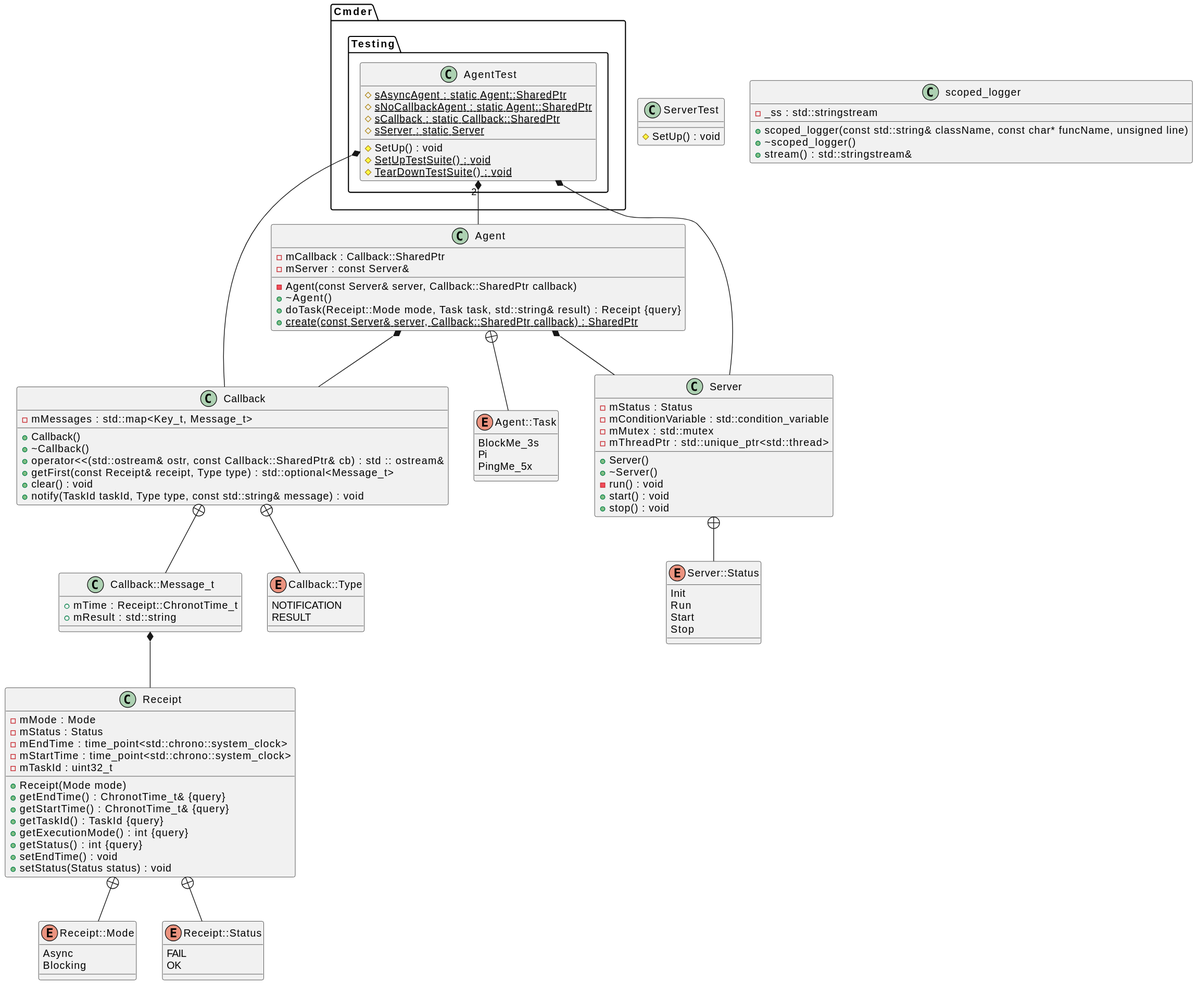
The PlantUML diagram diagrams/classdiagram.svg in h6wk/Cmder, before a commit.
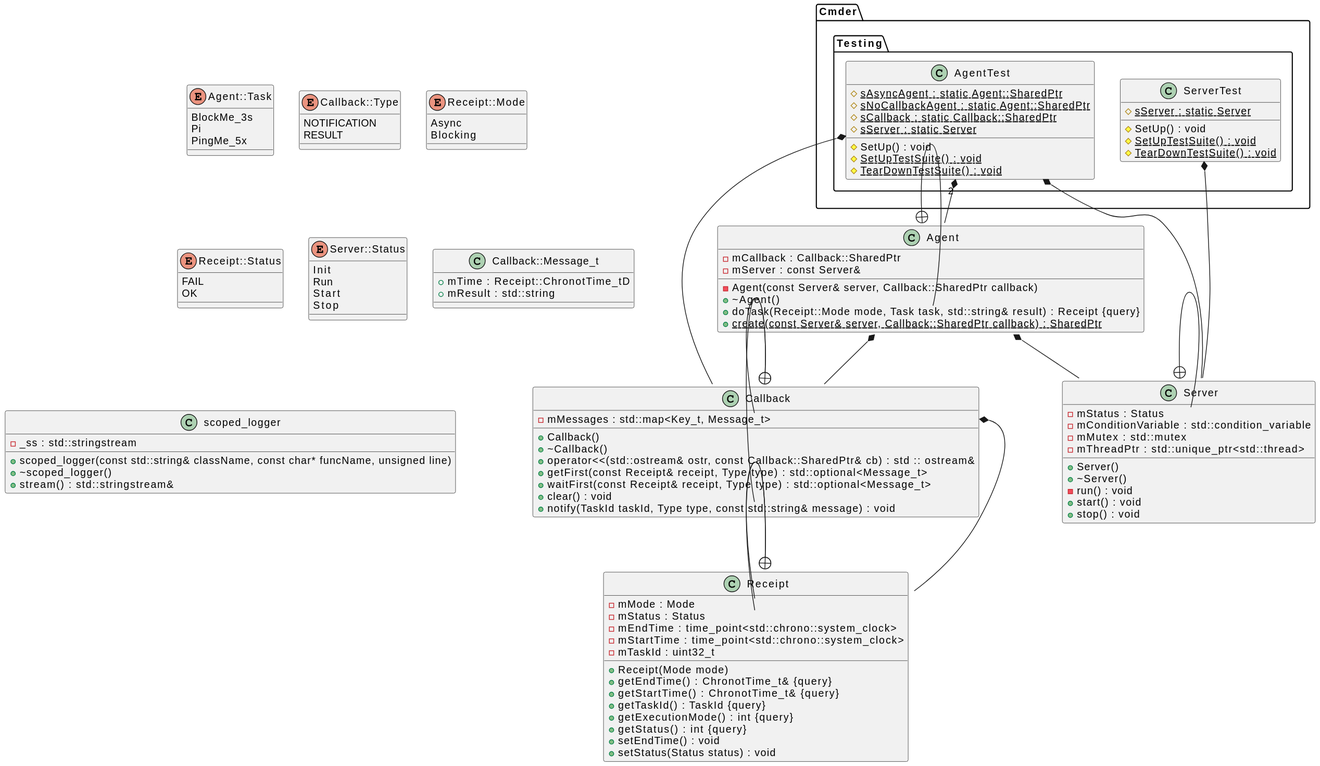
After the change.

Commit message:
Class diagram svg update

The edit, as a diff of the source:
```diff
@@ -1,125 +1,123 @@
 @startuml
 
-
-
-
-
-
 class Agent {
-    -Agent(const Server& server, Callback::SharedPtr callback)
-    +~Agent()
-    -mCallback : Callback::SharedPtr
-    +doTask(Receipt::Mode mode, Task task, std::string& result) : Receipt {query}
-    +{static} create(const Server& server, Callback::SharedPtr callback) : SharedPtr
-    -mServer : const Server&
+	-Agent(const Server& server, Callback::SharedPtr callback)
+	+~Agent()
+	-mCallback : Callback::SharedPtr
+	+doTask(Receipt::Mode mode, Task task, std::string& result) : Receipt {query}
+	+{static} create(const Server& server, Callback::SharedPtr callback) : SharedPtr
+	-mServer : const Server&
 }
 
 
 class Callback {
-    +Callback()
-    +~Callback()
-    +operator<<(std::ostream& ostr, const Callback::SharedPtr& cb) : std :: ostream&
-    -mMessages : std::map<Key_t, Message_t>
-    +getFirst(const Receipt& receipt, Type type) : std::optional<Message_t>
-    +clear() : void
-    +notify(TaskId taskId, Type type, const std::string& message) : void
+	+Callback()
+	+~Callback()
+	+operator<<(std::ostream& ostr, const Callback::SharedPtr& cb) : std :: ostream&
+	-mMessages : std::map<Key_t, Message_t>
+	+getFirst(const Receipt& receipt, Type type) : std::optional<Message_t>
+	+waitFirst(const Receipt& receipt, Type type) : std::optional<Message_t>
+	+clear() : void
+	+notify(TaskId taskId, Type type, const std::string& message) : void
 }
 
 
 class Receipt {
-    +Receipt(Mode mode)
-    +getEndTime() : ChronotTime_t& {query}
-    +getStartTime() : ChronotTime_t& {query}
-    -mMode : Mode
-    -mStatus : Status
-    +getTaskId() : TaskId {query}
-    +getExecutionMode() : int {query}
-    +getStatus() : int {query}
-    -mEndTime : time_point<std::chrono::system_clock>
-    -mStartTime : time_point<std::chrono::system_clock>
-    -mTaskId : uint32_t
-    +setEndTime() : void
-    +setStatus(Status status) : void
+	+Receipt(Mode mode)
+	+getEndTime() : ChronotTime_t& {query}
+	+getStartTime() : ChronotTime_t& {query}
+	-mMode : Mode
+	-mStatus : Status
+	+getTaskId() : TaskId {query}
+	+getExecutionMode() : int {query}
+	+getStatus() : int {query}
+	-mEndTime : time_point<std::chrono::system_clock>
+	-mStartTime : time_point<std::chrono::system_clock>
+	-mTaskId : uint32_t
+	+setEndTime() : void
+	+setStatus(Status status) : void
 }
 
 
 class Server {
-    +Server()
-    +~Server()
-    -mStatus : Status
-    -mConditionVariable : std::condition_variable
-    -mMutex : std::mutex
-    -mThreadPtr : std::unique_ptr<std::thread>
-    -run() : void
-    +start() : void
-    +stop() : void
-}
-
-
-class ServerTest {
-    #SetUp() : void
+	+Server()
+	+~Server()
+	-mStatus : Status
+	-mConditionVariable : std::condition_variable
+	-mMutex : std::mutex
+	-mThreadPtr : std::unique_ptr<std::thread>
+	-run() : void
+	+start() : void
+	+stop() : void
 }
 
 
 enum Agent::Task {
-    BlockMe_3s
-    Pi
-    PingMe_5x
+	BlockMe_3s
+	Pi
+	PingMe_5x
 }
 
 
 enum Callback::Type {
-    NOTIFICATION
-    RESULT
+	NOTIFICATION
+	RESULT
 }
 
 
 enum Receipt::Mode {
-    Async
-    Blocking
+	Async
+	Blocking
 }
 
 
 enum Receipt::Status {
-    FAIL
-    OK
+	FAIL
+	OK
 }
 
 
 enum Server::Status {
-    Init
-    Run
-    Start
-    Stop
+	Init
+	Run
+	Start
+	Stop
 }
 
 
 class Callback::Message_t {
-    +mTime : Receipt::ChronotTime_t
-    +mResult : std::string
+	+mTime : Receipt::ChronotTime_tD
+	+mResult : std::string
 }
 
 
 class scoped_logger {
-    +scoped_logger(const std::string& className, const char* funcName, unsigned line)
-    +~scoped_logger()
-    -_ss : std::stringstream
-    +stream() : std::stringstream&
+	+scoped_logger(const std::string& className, const char* funcName, unsigned line)
+	+~scoped_logger()
+	-_ss : std::stringstream
+	+stream() : std::stringstream&
 }
 
 
 namespace Cmder {
-    namespace Testing {
-        class AgentTest {
-            #{static} sAsyncAgent : static Agent::SharedPtr
-            #{static} sNoCallbackAgent : static Agent::SharedPtr
-            #{static} sCallback : static Callback::SharedPtr
-            #{static} sServer : static Server
-            #SetUp() : void
-            #{static} SetUpTestSuite() : void
-            #{static} TearDownTestSuite() : void
-        }
-    }
+	namespace Testing {
+		class AgentTest {
+			#{static} sAsyncAgent : static Agent::SharedPtr
+			#{static} sNoCallbackAgent : static Agent::SharedPtr
+			#{static} sCallback : static Callback::SharedPtr
+			#{static} sServer : static Server
+			#SetUp() : void
+			#{static} SetUpTestSuite() : void
+			#{static} TearDownTestSuite() : void
+		}
+
+		class ServerTest {
+			#{static} sServer : static Server
+			#SetUp() : void
+			#{static} SetUpTestSuite() : void
+			#{static} TearDownTestSuite() : void
+		}
+	}
 }
 
 
@@ -149,6 +147,9 @@
 .Callback::Message_t *-- .Receipt
 
 
+Cmder.Testing.ServerTest *-- .Server
+
+
 
 
 
@@ -170,8 +171,4 @@
 
 
 .Server +-- .Server::Status
-
-
-
-
 @enduml
```
